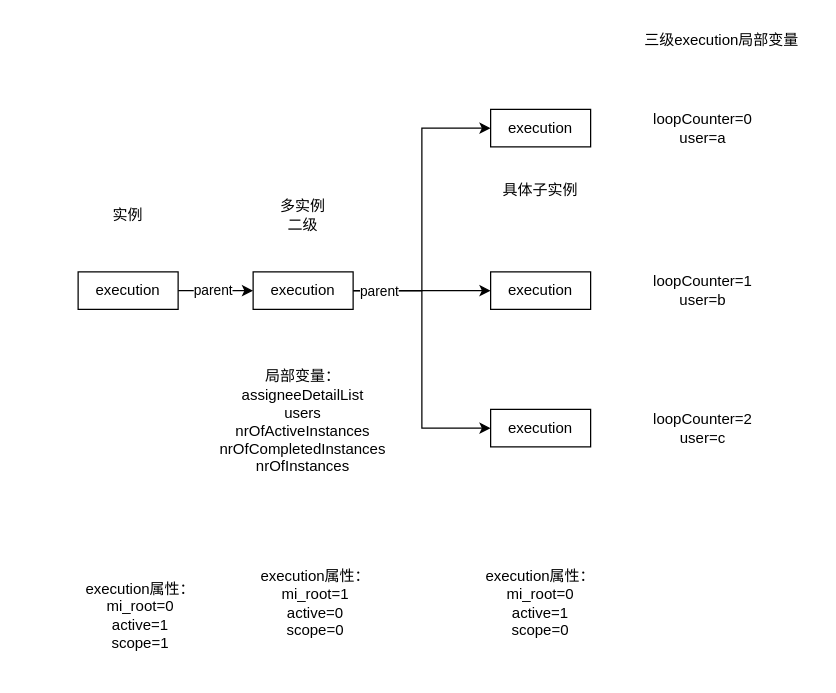
jessin20161124/javase1 keeps this draw.io diagram as activiti执行树.drawio. Above is the earlier version. Source tidied: cells renumbered, new cells numbered last; positions are measured from the earlier drawing's top-left corner, leaving out a move shared by most shapes. Both pictures are drawn from the tidied source at 125%, with x=0, y=0 at pixel (65, 21).
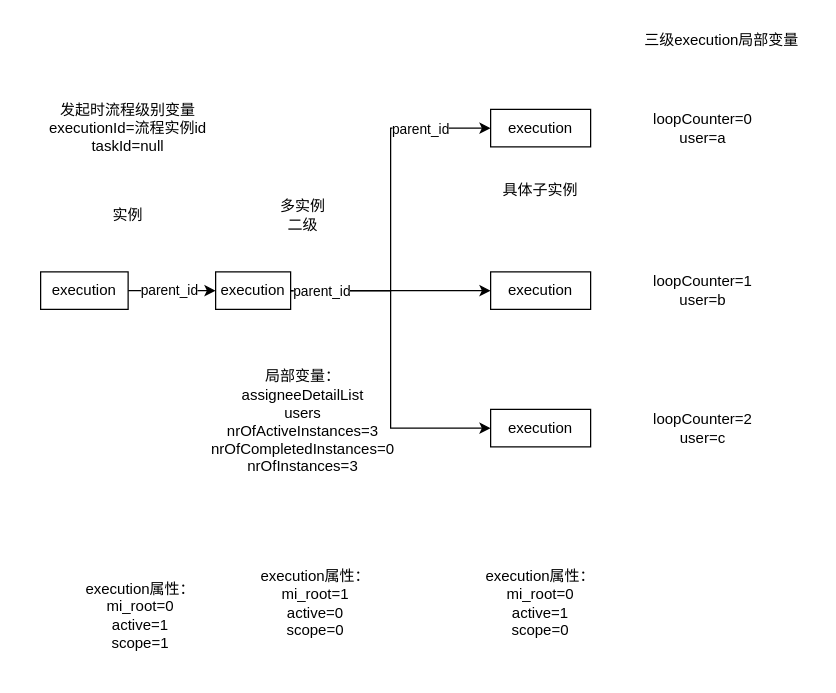
The same diagram, later.

Commit message:
更新activiti执行树.drawio

The change refers to these unchanged cells:
```xml
<mxCell id="2" style="edgeStyle=orthogonalEdgeStyle;rounded=0;jettySize=auto;html=1;" parent="1" edge="1" source="4" target="9">
  <mxGeometry relative="1" as="geometry" />
</mxCell>
<mxCell id="5" style="edgeStyle=orthogonalEdgeStyle;rounded=0;jettySize=auto;html=1;entryX=0;entryY=0.5;entryDx=0;entryDy=0;" parent="1" edge="1" source="9" target="10">
  <mxGeometry relative="1" as="geometry" />
</mxCell>
<mxCell id="7" style="edgeStyle=orthogonalEdgeStyle;rounded=0;jettySize=auto;html=1;entryX=0;entryY=0.5;entryDx=0;entryDy=0;" parent="1" edge="1" source="9" target="12">
  <mxGeometry relative="1" as="geometry" />
</mxCell>
```

Change to the diagram source:
```diff
@@
-    <mxCell id="3" value="parent" style="edgeLabel;html=1;align=center;verticalAlign=middle;" parent="2" vertex="1">
+    <mxCell id="3" value="parent_id" style="edgeLabel;html=1;align=center;verticalAlign=middle;" parent="2" vertex="1">
       <mxGeometry x="-0.09" y="1" relative="1" as="geometry" />
     </mxCell>
     <mxCell id="4" value="execution" style="rounded=0;whiteSpace=wrap;html=1;" parent="1" vertex="1">
-      <mxGeometry x="10" y="200" width="80" height="30" as="geometry" />
+      <mxGeometry x="-20" y="200" width="70" height="30" as="geometry" />
     </mxCell>
@@
+    <mxCell id="24" value="parent_id" style="edgeLabel;html=1;align=center;verticalAlign=middle;" parent="5" vertex="1">
+      <mxGeometry x="0.61" relative="1" as="geometry" />
+    </mxCell>
@@
-    <mxCell id="8" value="parent" style="edgeLabel;html=1;align=center;verticalAlign=middle;" parent="7" vertex="1">
+    <mxCell id="8" value="parent_id" style="edgeLabel;html=1;align=center;verticalAlign=middle;" parent="7" vertex="1">
       <mxGeometry x="-0.82" relative="1" as="geometry" />
     </mxCell>
     <mxCell id="9" value="execution" style="rounded=0;whiteSpace=wrap;html=1;" parent="1" vertex="1">
-      <mxGeometry x="150" y="200" width="80" height="30" as="geometry" />
+      <mxGeometry x="120" y="200" width="60" height="30" as="geometry" />
     </mxCell>
@@
-    <mxCell id="20" value="&lt;div&gt;局部变量：&lt;/div&gt;&lt;div&gt;assigneeDetailList&lt;/div&gt;&lt;div&gt;users&lt;/div&gt;&lt;div&gt;nrOfActiveInstances&lt;/div&gt;&lt;div&gt;nrOfCompletedInstances&lt;/div&gt;&lt;div&gt;nrOfInstances&lt;/div&gt;" style="text;html=1;strokeColor=none;fillColor=none;align=center;verticalAlign=middle;whiteSpace=wrap;rounded=0;" parent="1" vertex="1">
+    <mxCell id="20" value="&lt;div&gt;局部变量：&lt;/div&gt;&lt;div&gt;assigneeDetailList&lt;/div&gt;&lt;div&gt;users&lt;/div&gt;&lt;div&gt;nrOfActiveInstances=3&lt;/div&gt;&lt;div&gt;nrOfCompletedInstances=0&lt;/div&gt;&lt;div&gt;nrOfInstances=3&lt;/div&gt;" style="text;html=1;strokeColor=none;fillColor=none;align=center;verticalAlign=middle;whiteSpace=wrap;rounded=0;" parent="1" vertex="1">
       <mxGeometry x="115" y="250" width="150" height="140" as="geometry" />
     </mxCell>
@@
+    <mxCell id="25" value="发起时流程级别变量&lt;br&gt;executionId=流程实例id&lt;br&gt;taskId=null" style="text;html=1;strokeColor=none;fillColor=none;align=center;verticalAlign=middle;whiteSpace=wrap;rounded=0;" parent="1" vertex="1">
+      <mxGeometry x="-35" y="70" width="170" height="30" as="geometry" />
+    </mxCell>
```
